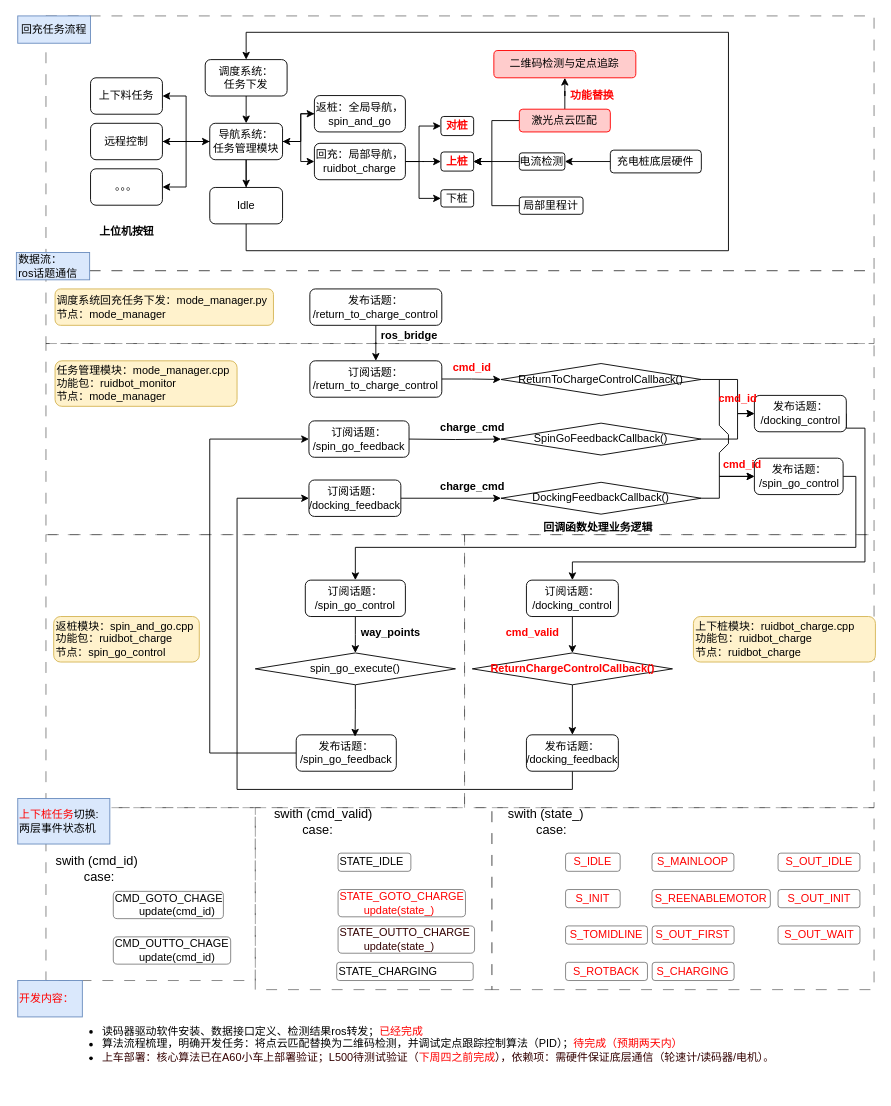
Earlier version of the draw.io diagram 未命名绘图.drawio (hitytqsz/learngit). Source tidied: cells renumbered, new cells numbered last; positions are measured from the earlier drawing's top-left corner, leaving out a move shared by most shapes. Both pictures are drawn from the tidied source at 91%, with x=0, y=0 at pixel (16, 15).
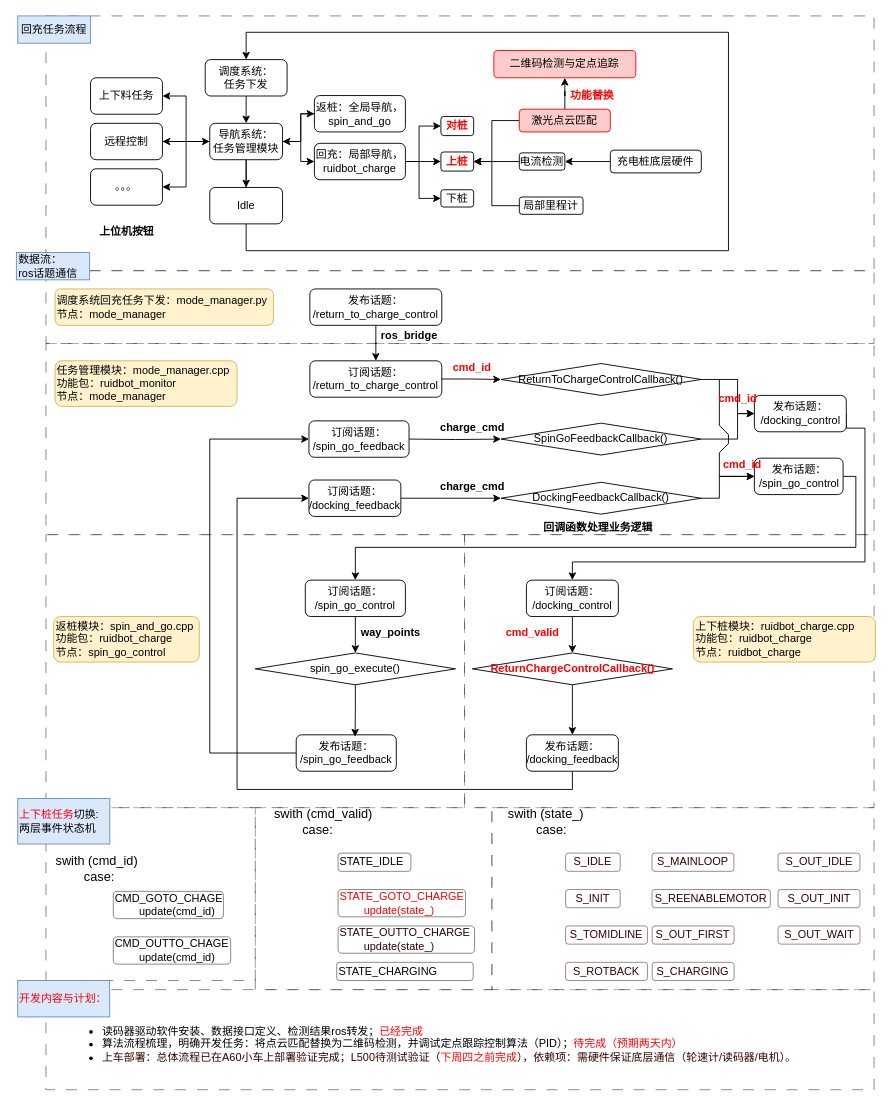
Above is the later version.

Commit message:
更新未命名绘图.drawio

Change to the diagram source:
```diff
@@
+    <mxCell id="115" style="rounded=0;whiteSpace=wrap;html=1;dashed=1;dashPattern=12 12;strokeWidth=1;perimeterSpacing=1;opacity=50;" parent="1" vertex="1">
+      <mxGeometry x="32" y="1070" width="910" height="110" as="geometry" />
+    </mxCell>
@@
-    <mxCell id="94" value="&lt;font color=&quot;#ff0000&quot;&gt;S_IDLE&lt;/font&gt;" style="rounded=1;whiteSpace=wrap;html=1;fontSize=12;glass=0;strokeWidth=1;shadow=0;opacity=50;" parent="1" vertex="1">
+    <mxCell id="94" value="&lt;font&gt;S_IDLE&lt;/font&gt;" style="rounded=1;whiteSpace=wrap;html=1;fontSize=12;glass=0;strokeWidth=1;shadow=0;opacity=50;strokeColor=#330000;fontColor=#330000;" parent="1" vertex="1">
       <mxGeometry x="603" y="920" width="60" height="20" as="geometry" />
     </mxCell>
-    <mxCell id="95" value="&lt;font color=&quot;#ff0000&quot;&gt;S_INIT&lt;/font&gt;" style="rounded=1;whiteSpace=wrap;html=1;fontSize=12;glass=0;strokeWidth=1;shadow=0;opacity=50;" parent="1" vertex="1">
+    <mxCell id="95" value="&lt;font&gt;S_INIT&lt;/font&gt;" style="rounded=1;whiteSpace=wrap;html=1;fontSize=12;glass=0;strokeWidth=1;shadow=0;opacity=50;strokeColor=#330000;fontColor=#330000;" parent="1" vertex="1">
       <mxGeometry x="603" y="960" width="60" height="20" as="geometry" />
     </mxCell>
-    <mxCell id="96" value="&lt;font color=&quot;#ff0000&quot;&gt;S_TOMIDLINE&lt;/font&gt;" style="rounded=1;whiteSpace=wrap;html=1;fontSize=12;glass=0;strokeWidth=1;shadow=0;opacity=50;" parent="1" vertex="1">
+    <mxCell id="96" value="&lt;font&gt;S_TOMIDLINE&lt;/font&gt;" style="rounded=1;whiteSpace=wrap;html=1;fontSize=12;glass=0;strokeWidth=1;shadow=0;opacity=50;strokeColor=#330000;fontColor=#330000;" parent="1" vertex="1">
       <mxGeometry x="603" y="1000" width="90" height="20" as="geometry" />
     </mxCell>
-    <mxCell id="97" value="&lt;font color=&quot;#ff0000&quot;&gt;S_ROTBACK&lt;/font&gt;" style="rounded=1;whiteSpace=wrap;html=1;fontSize=12;glass=0;strokeWidth=1;shadow=0;opacity=50;" parent="1" vertex="1">
+    <mxCell id="97" value="&lt;font&gt;S_ROTBACK&lt;/font&gt;" style="rounded=1;whiteSpace=wrap;html=1;fontSize=12;glass=0;strokeWidth=1;shadow=0;opacity=50;strokeColor=#330000;fontColor=#330000;" parent="1" vertex="1">
       <mxGeometry x="603" y="1040" width="90" height="20" as="geometry" />
     </mxCell>
-    <mxCell id="98" value="&lt;font color=&quot;#ff0000&quot;&gt;S_MAINLOOP&lt;/font&gt;" style="rounded=1;whiteSpace=wrap;html=1;fontSize=12;glass=0;strokeWidth=1;shadow=0;opacity=50;" parent="1" vertex="1">
+    <mxCell id="98" value="&lt;font&gt;S_MAINLOOP&lt;/font&gt;" style="rounded=1;whiteSpace=wrap;html=1;fontSize=12;glass=0;strokeWidth=1;shadow=0;opacity=50;strokeColor=#330000;fontColor=#330000;" parent="1" vertex="1">
       <mxGeometry x="698" y="920" width="90" height="20" as="geometry" />
     </mxCell>
-    <mxCell id="99" value="&lt;font color=&quot;#ff0000&quot;&gt;S_REENABLEMOTOR&lt;/font&gt;" style="rounded=1;whiteSpace=wrap;html=1;fontSize=12;glass=0;strokeWidth=1;shadow=0;opacity=50;" parent="1" vertex="1">
+    <mxCell id="99" value="&lt;font&gt;S_REENABLEMOTOR&lt;/font&gt;" style="rounded=1;whiteSpace=wrap;html=1;fontSize=12;glass=0;strokeWidth=1;shadow=0;opacity=50;strokeColor=#330000;fontColor=#330000;" parent="1" vertex="1">
       <mxGeometry x="698" y="960" width="130" height="20" as="geometry" />
     </mxCell>
-    <mxCell id="100" value="&lt;font color=&quot;#ff0000&quot;&gt;S_OUT_FIRST&lt;/font&gt;" style="rounded=1;whiteSpace=wrap;html=1;fontSize=12;glass=0;strokeWidth=1;shadow=0;opacity=50;" parent="1" vertex="1">
+    <mxCell id="100" value="&lt;font&gt;S_OUT_FIRST&lt;/font&gt;" style="rounded=1;whiteSpace=wrap;html=1;fontSize=12;glass=0;strokeWidth=1;shadow=0;opacity=50;strokeColor=#330000;fontColor=#330000;" parent="1" vertex="1">
       <mxGeometry x="698.2" y="1000" width="90" height="20" as="geometry" />
     </mxCell>
-    <mxCell id="101" value="&lt;font color=&quot;#ff0000&quot;&gt;S_CHARGING&lt;/font&gt;" style="rounded=1;whiteSpace=wrap;html=1;fontSize=12;glass=0;strokeWidth=1;shadow=0;opacity=50;" parent="1" vertex="1">
+    <mxCell id="101" value="&lt;font&gt;S_CHARGING&lt;/font&gt;" style="rounded=1;whiteSpace=wrap;html=1;fontSize=12;glass=0;strokeWidth=1;shadow=0;opacity=50;strokeColor=#330000;fontColor=#330000;" parent="1" vertex="1">
       <mxGeometry x="698.2" y="1040" width="90" height="20" as="geometry" />
     </mxCell>
-    <mxCell id="102" value="&lt;font color=&quot;#ff0000&quot;&gt;S_OUT_IDLE&lt;/font&gt;" style="rounded=1;whiteSpace=wrap;html=1;fontSize=12;glass=0;strokeWidth=1;shadow=0;opacity=50;" parent="1" vertex="1">
+    <mxCell id="102" value="&lt;font&gt;S_OUT_IDLE&lt;/font&gt;" style="rounded=1;whiteSpace=wrap;html=1;fontSize=12;glass=0;strokeWidth=1;shadow=0;opacity=50;strokeColor=#330000;fontColor=#330000;" parent="1" vertex="1">
       <mxGeometry x="836.5" y="920" width="90" height="20" as="geometry" />
     </mxCell>
-    <mxCell id="103" value="&lt;font color=&quot;#ff0000&quot;&gt;S_OUT_INIT&lt;/font&gt;" style="rounded=1;whiteSpace=wrap;html=1;fontSize=12;glass=0;strokeWidth=1;shadow=0;opacity=50;" parent="1" vertex="1">
+    <mxCell id="103" value="&lt;font&gt;S_OUT_INIT&lt;/font&gt;" style="rounded=1;whiteSpace=wrap;html=1;fontSize=12;glass=0;strokeWidth=1;shadow=0;opacity=50;strokeColor=#330000;fontColor=#330000;" parent="1" vertex="1">
       <mxGeometry x="836.5" y="960" width="90" height="20" as="geometry" />
     </mxCell>
-    <mxCell id="104" value="&lt;font color=&quot;#ff0000&quot;&gt;S_OUT_WAIT&lt;/font&gt;" style="rounded=1;whiteSpace=wrap;html=1;fontSize=12;glass=0;strokeWidth=1;shadow=0;opacity=50;" parent="1" vertex="1">
+    <mxCell id="104" value="&lt;font&gt;S_OUT_WAIT&lt;/font&gt;" style="rounded=1;whiteSpace=wrap;html=1;fontSize=12;glass=0;strokeWidth=1;shadow=0;opacity=50;strokeColor=#330000;fontColor=#330000;" parent="1" vertex="1">
       <mxGeometry x="836.5" y="1000" width="90" height="20" as="geometry" />
     </mxCell>
@@
-    <mxCell id="109" value="&lt;font color=&quot;#ff0000&quot;&gt;开发内容：&lt;/font&gt;" style="rounded=0;whiteSpace=wrap;html=1;fillColor=#dae8fc;strokeColor=#6c8ebf;align=left;" parent="1" vertex="1">
-      <mxGeometry x="1" y="1060" width="71" height="40" as="geometry" />
+    <mxCell id="109" value="&lt;font color=&quot;#ff0000&quot;&gt;开发内容与计划：&lt;/font&gt;" style="rounded=0;whiteSpace=wrap;html=1;fillColor=#dae8fc;strokeColor=#6c8ebf;align=left;" parent="1" vertex="1">
+      <mxGeometry x="1" y="1060" width="101" height="40" as="geometry" />
     </mxCell>
@@
-    <mxCell id="114" value="&lt;ul&gt;&lt;li&gt;读码器驱动软件安装、数据接口定义、检测结果ros转发；&lt;font color=&quot;#ff0000&quot;&gt;已经完成&lt;/font&gt;&lt;/li&gt;&lt;li&gt;算法流程梳理，明确开发任务：将点云匹配替换为二维码检测，并调试定点跟踪控制算法（PID）；&lt;font color=&quot;#ff0000&quot;&gt;待完成（预期两天内）&lt;/font&gt;&lt;/li&gt;&lt;li&gt;&lt;font color=&quot;#330000&quot;&gt;上车部署：核心算法已在A60小车上部署验证；L500待测试验证（&lt;/font&gt;&lt;font color=&quot;#ff0000&quot;&gt;下周四之前完成&lt;/font&gt;&lt;font color=&quot;#330000&quot;&gt;），依赖项：需硬件保证底层通信（轮速计/读码器/电机）。&lt;/font&gt;&lt;/li&gt;&lt;/ul&gt;" style="text;strokeColor=none;align=left;fillColor=none;html=1;verticalAlign=middle;whiteSpace=wrap;rounded=0;" parent="1" vertex="1">
+    <mxCell id="114" value="&lt;ul&gt;&lt;li&gt;读码器驱动软件安装、数据接口定义、检测结果ros转发；&lt;font color=&quot;#ff0000&quot;&gt;已经完成&lt;/font&gt;&lt;/li&gt;&lt;li&gt;算法流程梳理，明确开发任务：将点云匹配替换为二维码检测，并调试定点跟踪控制算法（PID）；&lt;font color=&quot;#ff0000&quot;&gt;待完成（预期两天内）&lt;/font&gt;&lt;/li&gt;&lt;li&gt;&lt;font color=&quot;#330000&quot;&gt;上车部署：总体流程已在A60小车上部署验证完成；L500待测试验证（&lt;/font&gt;&lt;font color=&quot;#ff0000&quot;&gt;下周四之前完成&lt;/font&gt;&lt;font color=&quot;#330000&quot;&gt;），依赖项：需硬件保证底层通信（轮速计/读码器/电机）。&lt;/font&gt;&lt;/li&gt;&lt;/ul&gt;" style="text;strokeColor=none;align=left;fillColor=none;html=1;verticalAlign=middle;whiteSpace=wrap;rounded=0;" parent="1" vertex="1">
       <mxGeometry x="52" y="1100" width="841" height="60" as="geometry" />
     </mxCell>
```
